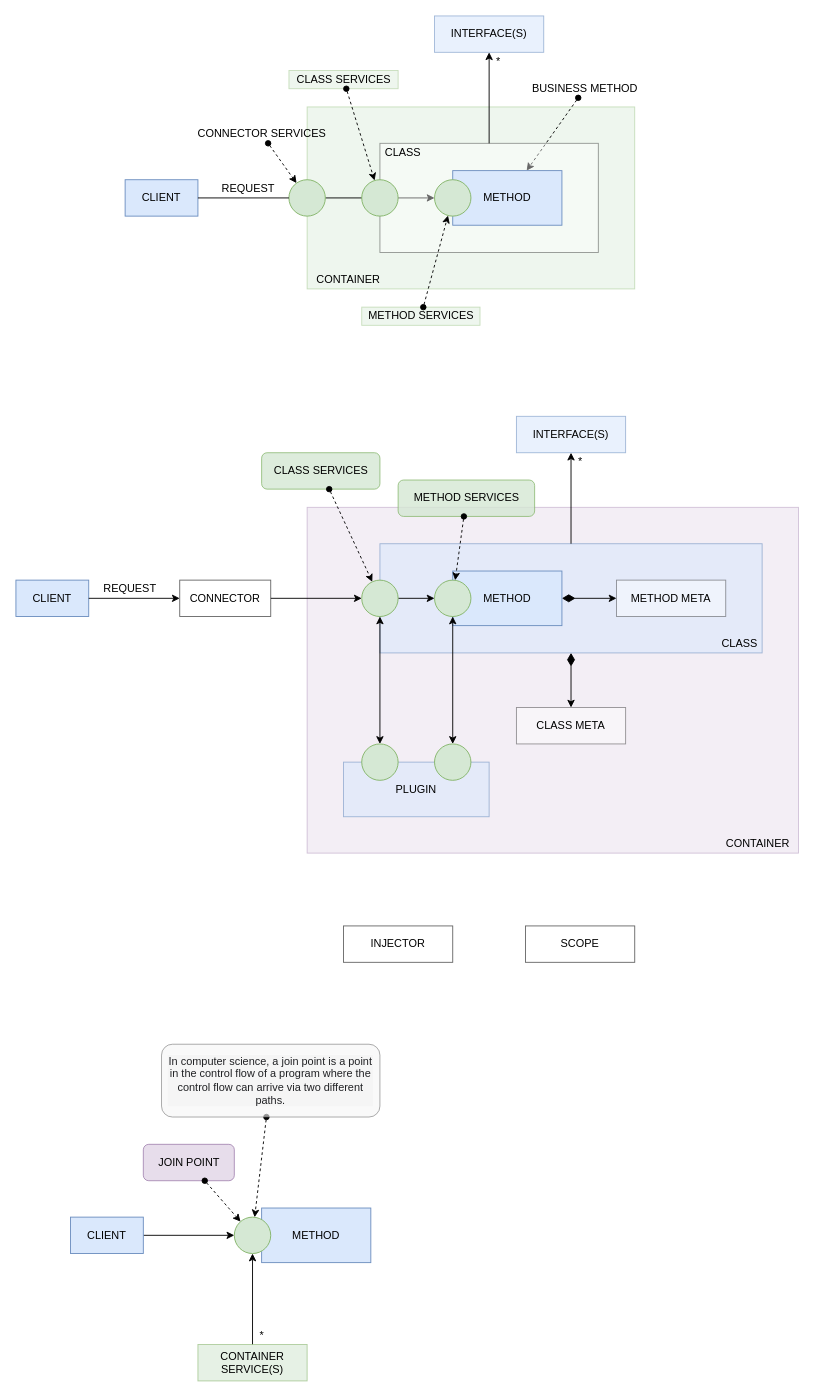
This is page "Container Services" (1 of 10) of docs/container.drawio from js-lib-com/tiny-container, a draw.io file, before an edit. Source tidied: cells renumbered, new cells numbered last; positions are measured from the earlier drawing's top-left corner, leaving out a move shared by most shapes. Both pictures are drawn from the tidied source at 91%, with x=0, y=0 at pixel (15, 15).
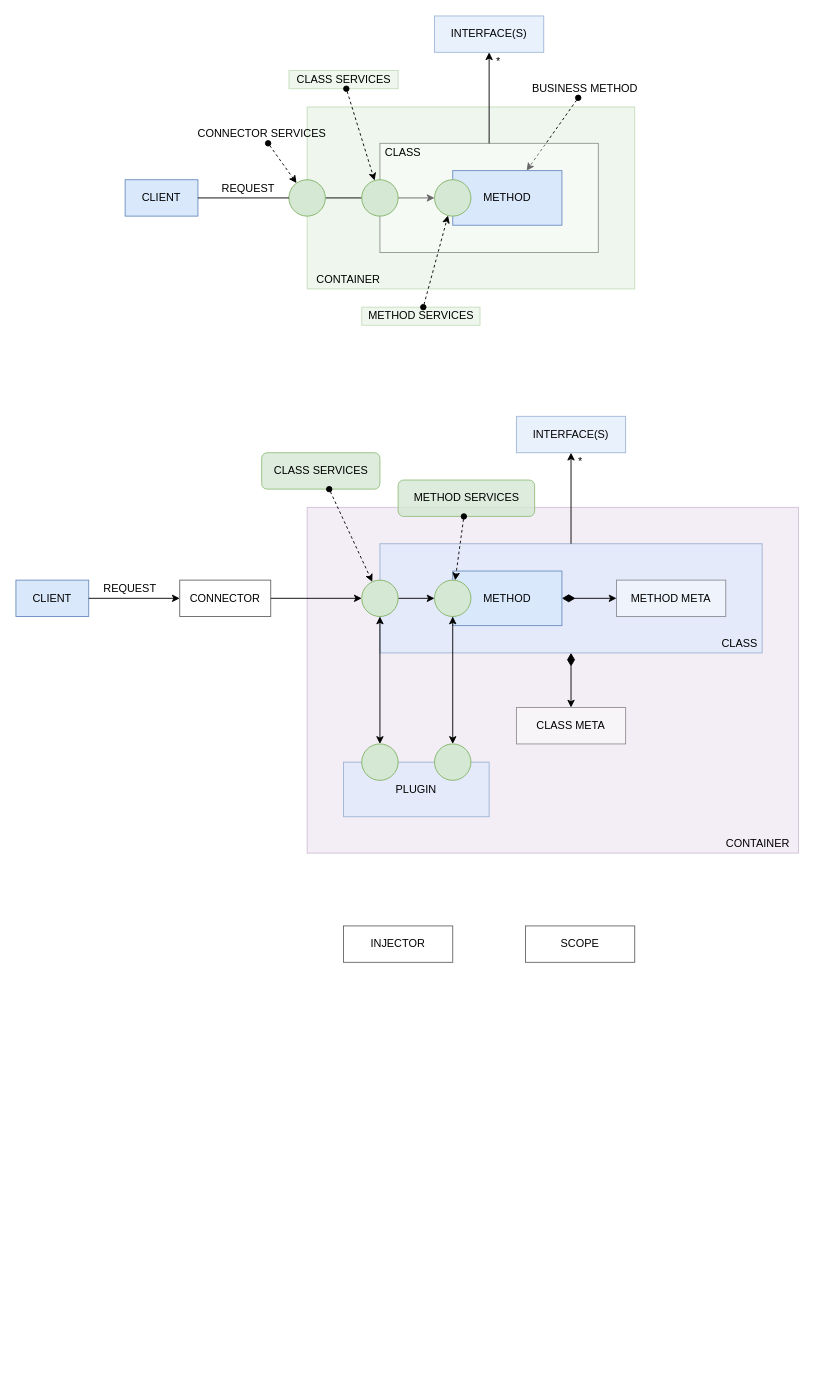
Above is the later version.

The edit, as a diff of the source:
```diff
@@
-    <mxCell id="56" value="METHOD" style="rounded=0;whiteSpace=wrap;html=1;fillColor=#dae8fc;strokeColor=#6c8ebf;" parent="1" vertex="1">
-      <mxGeometry x="270" y="1310" width="120" height="60" as="geometry" />
-    </mxCell>
-    <mxCell id="57" style="ellipse;whiteSpace=wrap;html=1;fillColor=#d5e8d4;strokeColor=#82b366;" parent="1" vertex="1">
-      <mxGeometry x="240" y="1320" width="40" height="40" as="geometry" />
-    </mxCell>
-    <mxCell id="58" style="edgeStyle=none;rounded=0;jettySize=auto;html=1;startArrow=none;startFill=0;endArrow=classic;endFill=1;startSize=6;" parent="1" edge="1" source="59" target="57">
-      <mxGeometry relative="1" as="geometry" />
-    </mxCell>
-    <mxCell id="59" value="CLIENT" style="rounded=0;whiteSpace=wrap;html=1;fillColor=#dae8fc;strokeColor=#6c8ebf;" parent="1" vertex="1">
-      <mxGeometry x="60" y="1320" width="80" height="40" as="geometry" />
-    </mxCell>
-    <mxCell id="60" style="edgeStyle=none;rounded=0;jettySize=auto;html=1;startArrow=none;startFill=0;endArrow=classic;endFill=1;startSize=6;" parent="1" edge="1" source="61" target="57">
-      <mxGeometry relative="1" as="geometry" />
-    </mxCell>
-    <mxCell id="61" value="CONTAINER SERVICE(S)" style="rounded=0;whiteSpace=wrap;html=1;verticalAlign=middle;opacity=60;fillColor=#d5e8d4;strokeColor=#82b366;" parent="1" vertex="1">
-      <mxGeometry x="200" y="1460" width="120" height="40" as="geometry" />
-    </mxCell>
-    <mxCell id="62" value="*" style="text;html=1;align=center;verticalAlign=middle;strokeColor=none;fillColor=none;" parent="1" vertex="1">
-      <mxGeometry x="260" y="1440" width="20" height="20" as="geometry" />
-    </mxCell>
-    <mxCell id="63" value="JOIN POINT" style="text;html=1;align=center;verticalAlign=middle;points=[];strokeColor=#9673a6;fillColor=#e1d5e7;rounded=1;spacing=8;opacity=80;" parent="1" vertex="1">
-      <mxGeometry x="140" y="1240" width="100" height="40" as="geometry" />
-    </mxCell>
-    <mxCell id="64" style="endArrow=classic;dashed=1;html=1;startArrow=oval;startFill=1;endFill=1;" parent="1" edge="1" source="63" target="57">
-      <mxGeometry relative="1" as="geometry" />
-    </mxCell>
-    <mxCell id="65" style="edgeStyle=none;rounded=0;jettySize=auto;html=1;fontSize=12;startArrow=oval;startFill=1;endArrow=classic;endFill=1;startSize=6;dashed=1;" parent="1" edge="1" source="66" target="57">
-      <mxGeometry relative="1" as="geometry" />
-    </mxCell>
-    <mxCell id="66" value="&lt;span style=&quot;color: rgb(32, 33, 36); font-family: arial, sans-serif; font-size: 12px; font-style: normal; letter-spacing: normal; text-indent: 0px; text-transform: none; word-spacing: 0px; display: inline; float: none;&quot;&gt;In computer science, a join point is&lt;span style=&quot;font-size: 12px;&quot;&gt;&amp;nbsp;&lt;/span&gt;&lt;/span&gt;&lt;span style=&quot;color: rgb(32, 33, 36); font-family: arial, sans-serif; font-size: 12px; font-style: normal; letter-spacing: normal; text-indent: 0px; text-transform: none; word-spacing: 0px;&quot;&gt;a point in the control flow of a program where the control flow can arrive via two different paths&lt;/span&gt;&lt;span style=&quot;color: rgb(32, 33, 36); font-family: arial, sans-serif; font-size: 12px; font-style: normal; letter-spacing: normal; text-indent: 0px; text-transform: none; word-spacing: 0px; display: inline; float: none;&quot;&gt;.&lt;/span&gt;" style="text;html=1;strokeColor=#666666;fillColor=#f5f5f5;spacing=8;spacingTop=0;whiteSpace=wrap;overflow=hidden;rounded=1;verticalAlign=middle;opacity=60;fontStyle=0;fontSize=12;align=center;fontColor=#333333;labelBackgroundColor=#F5F5F5;" parent="1" vertex="1">
-      <mxGeometry x="160" y="1130" width="240" height="80" as="geometry" />
-    </mxCell>
```
